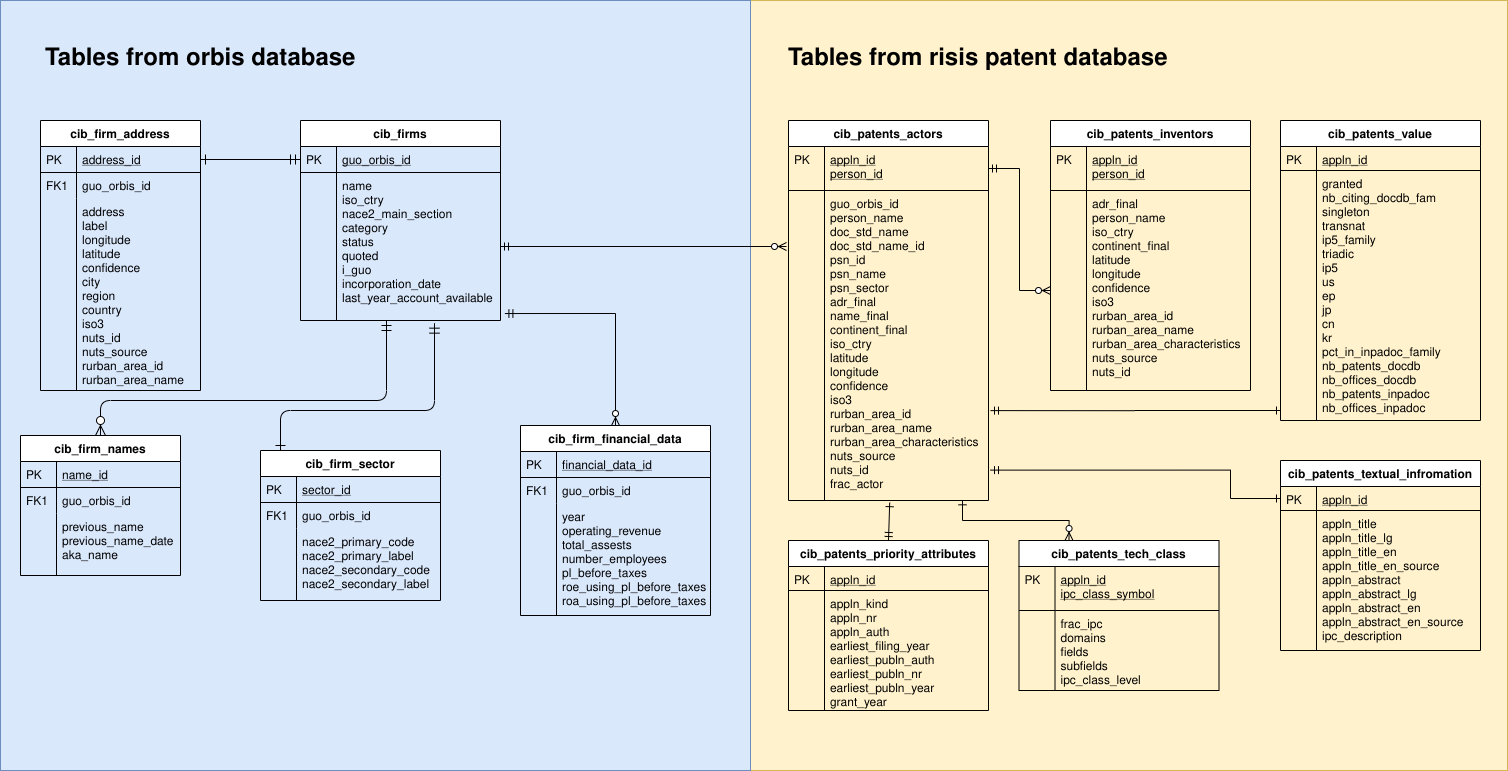
cortext/cib-database keeps this draw.io diagram as docs/data model diagram.png. Above is the earlier version. Source tidied: cells renumbered, new cells last; positions are measured from the earlier drawing's top-left corner, leaving out a move shared by most shapes.
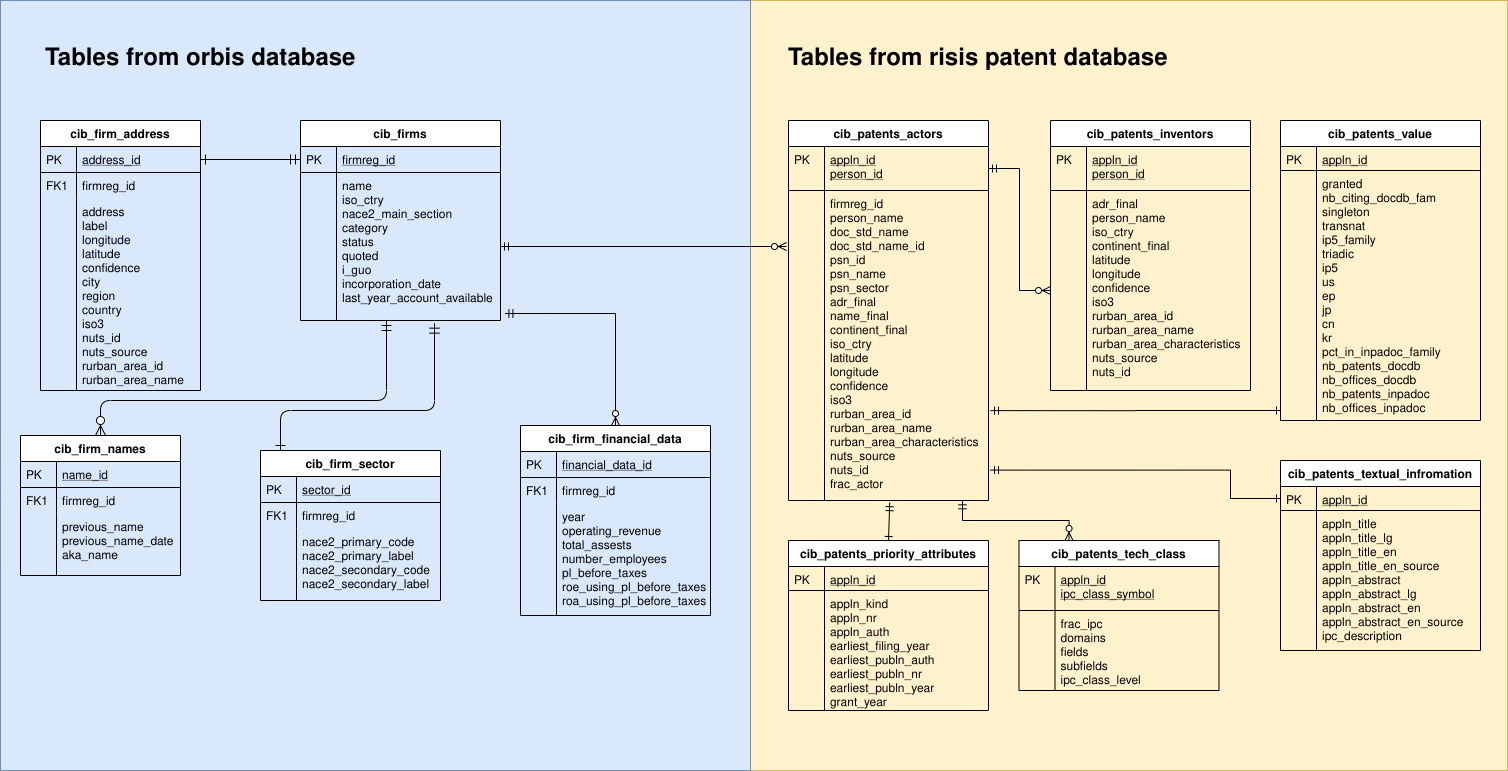
After the change.

Commit message:
Update cib diagrams

Diff of the diagram source:
```diff
@@ -11,7 +11,7 @@
     <mxCell id="4" value="cib_firms" style="swimlane;fontStyle=1;horizontal=1;startSize=26;rounded=0;shadow=0;strokeWidth=1;" parent="1" vertex="1">
       <mxGeometry x="300" y="120" width="200" height="200" as="geometry" />
     </mxCell>
-    <mxCell id="5" value="guo_orbis_id" style="shape=partialRectangle;top=0;left=0;right=0;bottom=1;align=left;verticalAlign=top;fillColor=none;spacingLeft=40;spacingRight=4;overflow=hidden;points=[[0,0.5],[1,0.5]];portConstraint=eastwest;rounded=0;shadow=0;strokeWidth=1;fontStyle=4;" parent="4" vertex="1">
+    <mxCell id="5" value="firmreg_id" style="shape=partialRectangle;top=0;left=0;right=0;bottom=1;align=left;verticalAlign=top;fillColor=none;spacingLeft=40;spacingRight=4;overflow=hidden;points=[[0,0.5],[1,0.5]];portConstraint=eastwest;rounded=0;shadow=0;strokeWidth=1;fontStyle=4;" parent="4" vertex="1">
       <mxGeometry y="26" width="200" height="26" as="geometry" />
     </mxCell>
     <mxCell id="6" value="PK" style="shape=partialRectangle;top=0;left=0;bottom=0;fillColor=none;align=left;verticalAlign=top;spacingLeft=4;spacingRight=4;overflow=hidden;" parent="5" vertex="1">
@@ -32,7 +32,7 @@
     <mxCell id="11" value="PK" style="shape=partialRectangle;top=0;left=0;bottom=0;fillColor=none;align=left;verticalAlign=top;spacingLeft=4;spacingRight=4;overflow=hidden;" parent="10" vertex="1">
       <mxGeometry width="36" height="26" as="geometry" />
     </mxCell>
-    <mxCell id="12" value="guo_orbis_id" style="shape=partialRectangle;top=0;left=0;right=0;bottom=0;align=left;verticalAlign=top;fillColor=none;spacingLeft=40;spacingRight=4;overflow=hidden;rounded=0;shadow=0;strokeWidth=1;" parent="9" vertex="1">
+    <mxCell id="12" value="firmreg_id" style="shape=partialRectangle;top=0;left=0;right=0;bottom=0;align=left;verticalAlign=top;fillColor=none;spacingLeft=40;spacingRight=4;overflow=hidden;rounded=0;shadow=0;strokeWidth=1;" parent="9" vertex="1">
       <mxGeometry y="52" width="160" height="26" as="geometry" />
     </mxCell>
     <mxCell id="13" value="FK1" style="shape=partialRectangle;top=0;left=0;bottom=0;fillColor=none;align=left;verticalAlign=top;spacingLeft=4;spacingRight=4;overflow=hidden;" parent="12" vertex="1">
@@ -56,7 +56,7 @@
     <mxCell id="19" value="PK" style="shape=partialRectangle;top=0;left=0;bottom=0;fillColor=none;align=left;verticalAlign=top;spacingLeft=4;spacingRight=4;overflow=hidden;" parent="18" vertex="1">
       <mxGeometry width="36" height="26" as="geometry" />
     </mxCell>
-    <mxCell id="20" value="guo_orbis_id" style="shape=partialRectangle;top=0;left=0;right=0;bottom=0;align=left;verticalAlign=top;fillColor=none;spacingLeft=40;spacingRight=4;overflow=hidden;rounded=0;shadow=0;strokeWidth=1;" parent="17" vertex="1">
+    <mxCell id="20" value="firmreg_id" style="shape=partialRectangle;top=0;left=0;right=0;bottom=0;align=left;verticalAlign=top;fillColor=none;spacingLeft=40;spacingRight=4;overflow=hidden;rounded=0;shadow=0;strokeWidth=1;" parent="17" vertex="1">
       <mxGeometry y="52" width="160" height="26" as="geometry" />
     </mxCell>
     <mxCell id="21" value="FK1" style="shape=partialRectangle;top=0;left=0;bottom=0;fillColor=none;align=left;verticalAlign=top;spacingLeft=4;spacingRight=4;overflow=hidden;" parent="20" vertex="1">
@@ -85,7 +85,7 @@
     <mxCell id="27" value="PK" style="shape=partialRectangle;top=0;left=0;bottom=0;fillColor=none;align=left;verticalAlign=top;spacingLeft=4;spacingRight=4;overflow=hidden;" parent="26" vertex="1">
       <mxGeometry width="36" height="26" as="geometry" />
     </mxCell>
-    <mxCell id="28" value="guo_orbis_id" style="shape=partialRectangle;top=0;left=0;right=0;bottom=0;align=left;verticalAlign=top;fillColor=none;spacingLeft=40;spacingRight=4;overflow=hidden;rounded=0;shadow=0;strokeWidth=1;" parent="25" vertex="1">
+    <mxCell id="28" value="firmreg_id" style="shape=partialRectangle;top=0;left=0;right=0;bottom=0;align=left;verticalAlign=top;fillColor=none;spacingLeft=40;spacingRight=4;overflow=hidden;rounded=0;shadow=0;strokeWidth=1;" parent="25" vertex="1">
       <mxGeometry y="52" width="180" height="26" as="geometry" />
     </mxCell>
     <mxCell id="29" value="FK1" style="shape=partialRectangle;top=0;left=0;bottom=0;fillColor=none;align=left;verticalAlign=top;spacingLeft=4;spacingRight=4;overflow=hidden;" parent="28" vertex="1">
@@ -117,7 +117,7 @@
     <mxCell id="36" value="PK" style="shape=partialRectangle;top=0;left=0;bottom=0;fillColor=none;align=left;verticalAlign=top;spacingLeft=4;spacingRight=4;overflow=hidden;" parent="35" vertex="1">
       <mxGeometry width="36" height="26" as="geometry" />
     </mxCell>
-    <mxCell id="37" value="guo_orbis_id" style="shape=partialRectangle;top=0;left=0;right=0;bottom=0;align=left;verticalAlign=top;fillColor=none;spacingLeft=40;spacingRight=4;overflow=hidden;rounded=0;shadow=0;strokeWidth=1;" parent="34" vertex="1">
+    <mxCell id="37" value="firmreg_id" style="shape=partialRectangle;top=0;left=0;right=0;bottom=0;align=left;verticalAlign=top;fillColor=none;spacingLeft=40;spacingRight=4;overflow=hidden;rounded=0;shadow=0;strokeWidth=1;" parent="34" vertex="1">
       <mxGeometry y="52" width="190" height="26" as="geometry" />
     </mxCell>
     <mxCell id="38" value="FK1" style="shape=partialRectangle;top=0;left=0;bottom=0;fillColor=none;align=left;verticalAlign=top;spacingLeft=4;spacingRight=4;overflow=hidden;" parent="37" vertex="1">
@@ -141,7 +141,7 @@
     <mxCell id="44" value="PK" style="shape=partialRectangle;top=0;left=0;bottom=0;fillColor=none;align=left;verticalAlign=top;spacingLeft=4;spacingRight=4;overflow=hidden;" parent="43" vertex="1">
       <mxGeometry width="36" height="44" as="geometry" />
     </mxCell>
-    <mxCell id="45" value="guo_orbis_id&#10;person_name&#10;doc_std_name&#10;doc_std_name_id&#10;psn_id&#10;psn_name&#10;psn_sector&#10;adr_final&#10;name_final&#10;continent_final&#10;iso_ctry&#10;latitude&#10;longitude&#10;confidence&#10;iso3&#10;rurban_area_id&#10;rurban_area_name&#10;rurban_area_characteristics&#10;nuts_source&#10;nuts_id&#10;frac_actor&#10;" style="shape=partialRectangle;top=0;left=0;right=0;bottom=0;align=left;verticalAlign=top;fillColor=none;spacingLeft=40;spacingRight=4;overflow=hidden;points=[[0,0.5],[1,0.5]];portConstraint=eastwest;rounded=0;shadow=0;strokeWidth=1;" parent="42" vertex="1">
+    <mxCell id="45" value="firmreg_id&#10;person_name&#10;doc_std_name&#10;doc_std_name_id&#10;psn_id&#10;psn_name&#10;psn_sector&#10;adr_final&#10;name_final&#10;continent_final&#10;iso_ctry&#10;latitude&#10;longitude&#10;confidence&#10;iso3&#10;rurban_area_id&#10;rurban_area_name&#10;rurban_area_characteristics&#10;nuts_source&#10;nuts_id&#10;frac_actor&#10;" style="shape=partialRectangle;top=0;left=0;right=0;bottom=0;align=left;verticalAlign=top;fillColor=none;spacingLeft=40;spacingRight=4;overflow=hidden;points=[[0,0.5],[1,0.5]];portConstraint=eastwest;rounded=0;shadow=0;strokeWidth=1;" parent="42" vertex="1">
       <mxGeometry y="70" width="200" height="310" as="geometry" />
     </mxCell>
     <mxCell id="46" style="shape=partialRectangle;top=0;left=0;bottom=0;fillColor=none;align=left;verticalAlign=top;spacingLeft=4;spacingRight=4;overflow=hidden;" parent="45" vertex="1">
@@ -170,7 +170,7 @@
     <mxCell id="53" style="shape=partialRectangle;top=0;left=0;bottom=0;fillColor=none;align=left;verticalAlign=top;spacingLeft=4;spacingRight=4;overflow=hidden;" parent="52" vertex="1">
       <mxGeometry width="36" height="200" as="geometry" />
     </mxCell>
-    <mxCell id="54" style="edgeStyle=orthogonalEdgeStyle;rounded=0;jettySize=auto;html=1;exitX=0.5;exitY=0;exitDx=0;exitDy=0;entryX=0.506;entryY=1.007;entryDx=0;entryDy=0;entryPerimeter=0;startArrow=ERmandOne;startFill=0;endArrow=ERone;endFill=0;" parent="1" edge="1" source="55" target="45">
+    <mxCell id="54" style="edgeStyle=orthogonalEdgeStyle;rounded=0;jettySize=auto;html=1;exitX=0.5;exitY=0;exitDx=0;exitDy=0;entryX=0.506;entryY=1.007;entryDx=0;entryDy=0;entryPerimeter=0;startArrow=ERone;startFill=0;endArrow=ERmandOne;endFill=0;" parent="1" edge="1" source="55" target="45">
       <mxGeometry relative="1" as="geometry" />
     </mxCell>
     <mxCell id="55" value="cib_patents_priority_attributes" style="swimlane;fontStyle=1;horizontal=1;startSize=26;rounded=0;shadow=0;strokeWidth=1;" parent="1" vertex="1">
@@ -226,7 +226,7 @@
         <mxPoint y="290" as="sourcePoint" />
       </mxGeometry>
     </mxCell>
-    <mxCell id="72" style="edgeStyle=orthogonalEdgeStyle;rounded=0;jettySize=auto;html=1;exitX=0.25;exitY=0;exitDx=0;exitDy=0;entryX=0.87;entryY=1.001;entryDx=0;entryDy=0;entryPerimeter=0;startArrow=ERzeroToMany;startFill=1;endArrow=ERone;endFill=0;" parent="1" edge="1" source="73" target="45">
+    <mxCell id="72" style="edgeStyle=orthogonalEdgeStyle;rounded=0;jettySize=auto;html=1;exitX=0.25;exitY=0;exitDx=0;exitDy=0;entryX=0.87;entryY=1.001;entryDx=0;entryDy=0;entryPerimeter=0;startArrow=ERzeroToMany;startFill=1;endArrow=ERmandOne;endFill=0;" parent="1" edge="1" source="73" target="45">
       <mxGeometry relative="1" as="geometry" />
     </mxCell>
     <mxCell id="73" value="cib_patents_tech_class" style="swimlane;fontStyle=1;horizontal=1;startSize=26;rounded=0;shadow=0;strokeWidth=1;" parent="1" vertex="1">
```
